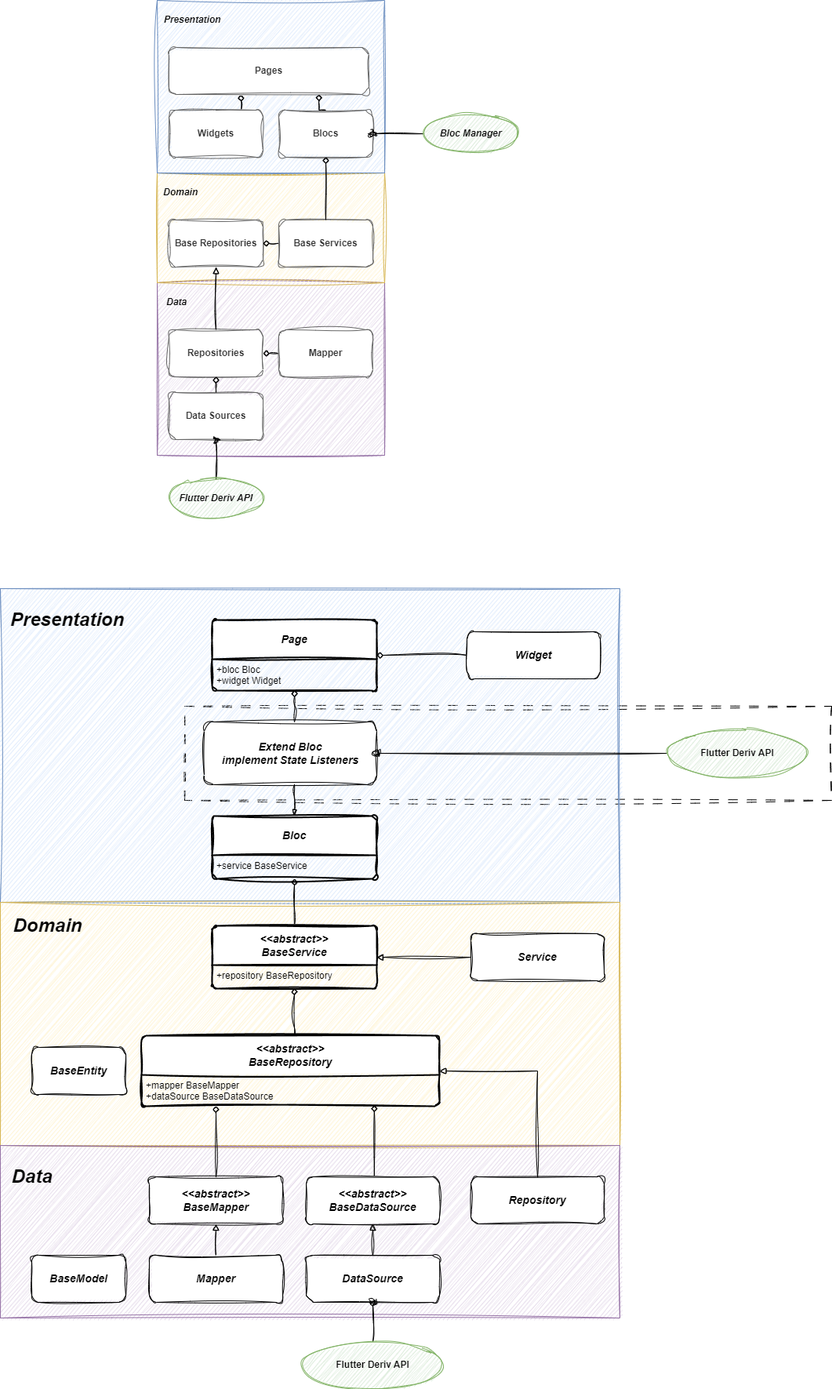
hamed-rezaee/flutter_component_architecture_poc keeps this draw.io diagram as deriv_architecture.drawio.png. Above is the earlier version. Source tidied: cells renumbered, new cells last; positions are measured from the earlier drawing's top-left corner, leaving out a move shared by most shapes.
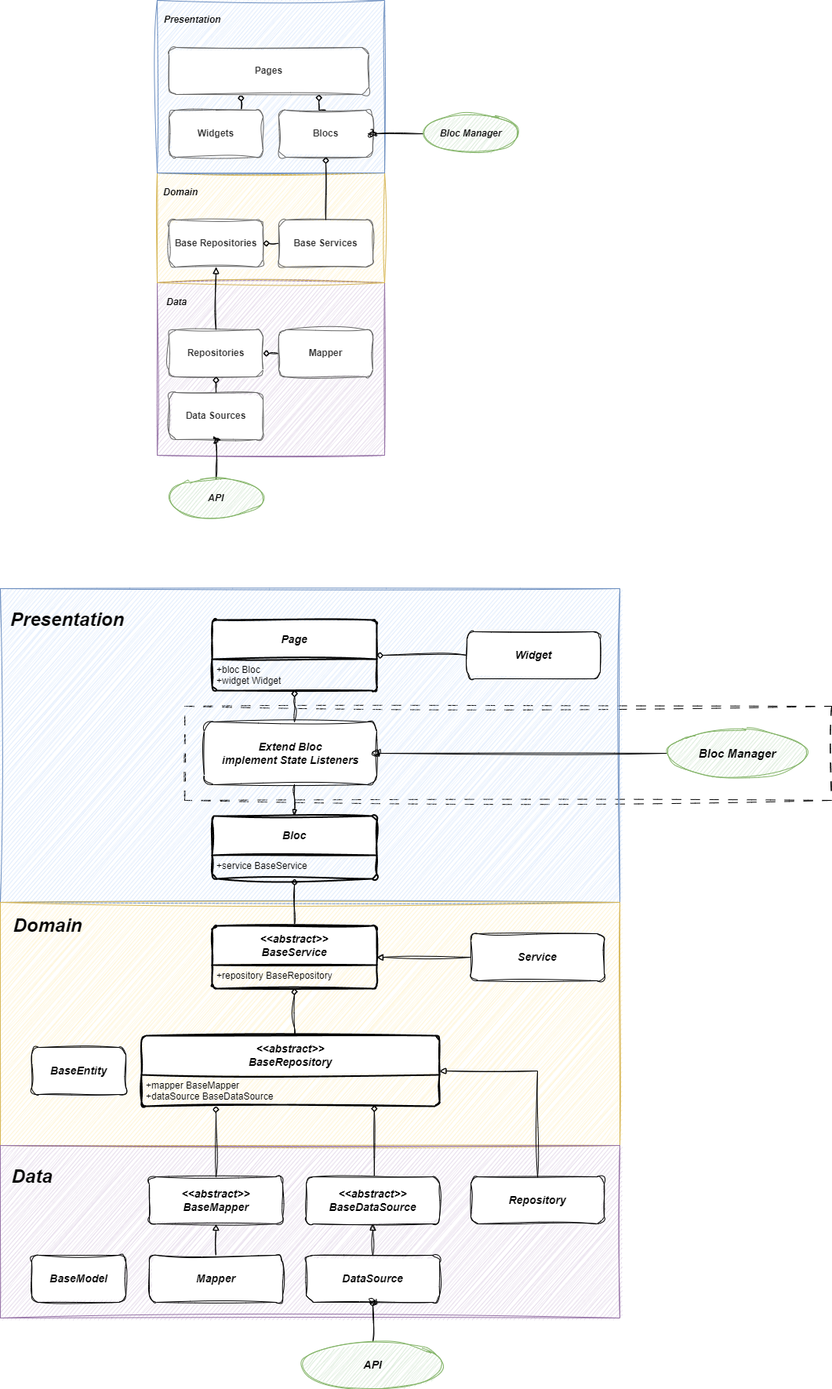
After the commit.

The edit, as a diff of the source:
```diff
@@ -29,7 +29,7 @@
     <mxCell id="10" style="edgeStyle=orthogonalEdgeStyle;rounded=0;jettySize=auto;html=1;entryX=0.5;entryY=1;entryDx=0;entryDy=0;endArrow=oval;endFill=0;sketch=1;curveFitting=1;jiggle=2;" parent="1" edge="1" source="11" target="5">
       <mxGeometry relative="1" as="geometry" />
     </mxCell>
-    <mxCell id="11" value="&lt;i&gt;Flutter Deriv API&lt;/i&gt;" style="ellipse;whiteSpace=wrap;html=1;fillColor=#d5e8d4;strokeColor=#82b366;fontStyle=1;sketch=1;curveFitting=1;jiggle=2;" parent="1" vertex="1">
+    <mxCell id="11" value="&lt;i&gt;API&lt;/i&gt;" style="ellipse;whiteSpace=wrap;html=1;fillColor=#d5e8d4;strokeColor=#82b366;fontStyle=1;sketch=1;curveFitting=1;jiggle=2;" parent="1" vertex="1">
       <mxGeometry x="215" y="610" width="120" height="50" as="geometry" />
     </mxCell>
     <mxCell id="12" style="rounded=0;whiteSpace=wrap;html=1;fillColor=#fff2cc;strokeColor=#d6b656;sketch=1;curveFitting=1;jiggle=2;" parent="1" vertex="1">
@@ -192,7 +192,7 @@
     <mxCell id="60" style="edgeStyle=orthogonalEdgeStyle;rounded=0;jettySize=auto;html=1;endArrow=oval;endFill=0;sketch=1;curveFitting=1;jiggle=2;" parent="1" edge="1" source="61" target="40">
       <mxGeometry relative="1" as="geometry" />
     </mxCell>
-    <mxCell id="61" value="Flutter Deriv API" style="ellipse;whiteSpace=wrap;html=1;fontStyle=1;fontSize=12;fillColor=#d5e8d4;strokeColor=#82b366;sketch=1;curveFitting=1;jiggle=2;" parent="1" vertex="1">
+    <mxCell id="61" value="&lt;font style=&quot;font-size: 14px;&quot;&gt;&lt;i&gt;API&lt;/i&gt;&lt;/font&gt;" style="ellipse;whiteSpace=wrap;html=1;fontStyle=1;fontSize=12;fillColor=#d5e8d4;strokeColor=#82b366;sketch=1;curveFitting=1;jiggle=2;" parent="1" vertex="1">
       <mxGeometry x="385" y="1710" width="180" height="60" as="geometry" />
     </mxCell>
     <mxCell id="62" style="edgeStyle=orthogonalEdgeStyle;rounded=0;jettySize=auto;html=1;exitX=0.5;exitY=0;exitDx=0;exitDy=0;entryX=0.5;entryY=1;entryDx=0;entryDy=0;endArrow=diamond;endFill=0;sketch=1;curveFitting=1;jiggle=2;" parent="1" edge="1" target="56">
@@ -211,7 +211,7 @@
     <mxCell id="65" style="edgeStyle=orthogonalEdgeStyle;rounded=0;jettySize=auto;html=1;exitX=0;exitY=0.5;exitDx=0;exitDy=0;endArrow=oval;endFill=0;sketch=1;curveFitting=1;jiggle=2;" parent="1" edge="1" source="66" target="64">
       <mxGeometry relative="1" as="geometry" />
     </mxCell>
-    <mxCell id="66" value="Flutter Deriv API" style="ellipse;whiteSpace=wrap;html=1;fontStyle=1;fontSize=12;fillColor=#d5e8d4;strokeColor=#82b366;sketch=1;curveFitting=1;jiggle=2;" parent="1" vertex="1">
+    <mxCell id="66" value="&lt;font style=&quot;font-size: 15px;&quot;&gt;&lt;i&gt;Bloc Manager&lt;/i&gt;&lt;/font&gt;" style="ellipse;whiteSpace=wrap;html=1;fontStyle=1;fontSize=12;fillColor=#d5e8d4;strokeColor=#82b366;sketch=1;curveFitting=1;jiggle=2;" parent="1" vertex="1">
       <mxGeometry x="850" y="930" width="180" height="60" as="geometry" />
     </mxCell>
   </root>
```
